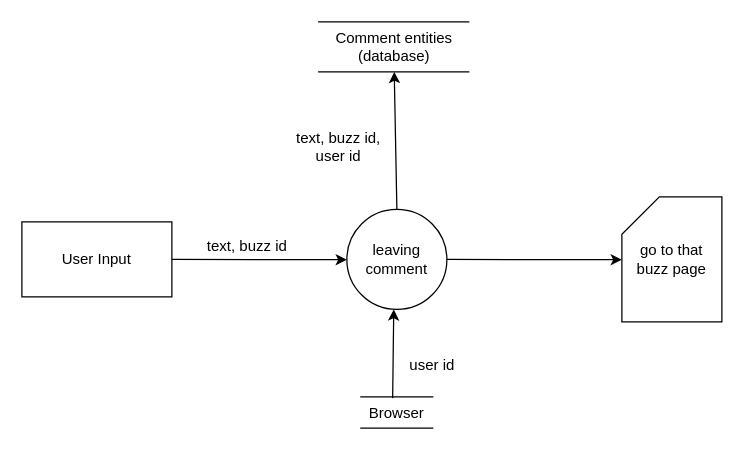
The draw.io diagram DFD/Comment.drawio in DonaldLamNL/buzzer, before the edit. Source tidied: cells renumbered, new cells numbered last; positions are measured from the earlier drawing's top-left corner, leaving out a move shared by most shapes. Both pictures are drawn from the tidied source at 125%, with x=0, y=0 at pixel (21, 21).
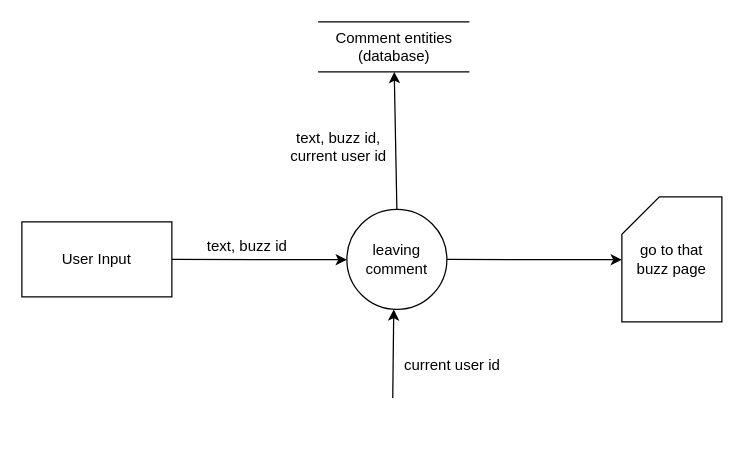
The same page after the edit.

Change to the diagram source:
```diff
@@
 <mxGraphModel>
   <root>
     <mxCell id="0" />
     <mxCell id="1" parent="0" />
     <mxCell id="2" style="edgeStyle=none;html=1;exitX=1;exitY=0.5;exitDx=0;exitDy=0;" parent="1" edge="1" source="3">
       <mxGeometry relative="1" as="geometry">
         <mxPoint x="260" y="190.3" as="targetPoint" />
       </mxGeometry>
     </mxCell>
     <mxCell id="3" value="User Input" style="rounded=0;whiteSpace=wrap;html=1;" parent="1" vertex="1">
       <mxGeometry y="160" width="120" height="60" as="geometry" />
     </mxCell>
     <mxCell id="4" value="text, buzz id" style="text;html=1;align=center;verticalAlign=middle;strokeColor=none;fillColor=none;" parent="1" vertex="1">
       <mxGeometry x="135" y="165" width="90" height="30" as="geometry" />
     </mxCell>
     <mxCell id="5" style="edgeStyle=none;html=1;exitX=1;exitY=0.5;exitDx=0;exitDy=0;" parent="1" edge="1" source="7">
       <mxGeometry relative="1" as="geometry">
         <mxPoint x="480" y="190.3" as="targetPoint" />
       </mxGeometry>
     </mxCell>
     <mxCell id="6" style="edgeStyle=none;html=1;exitX=0.5;exitY=0;exitDx=0;exitDy=0;" parent="1" edge="1" source="7" target="11">
       <mxGeometry relative="1" as="geometry" />
     </mxCell>
     <mxCell id="7" value="leaving&lt;br&gt;comment" style="ellipse;whiteSpace=wrap;html=1;" parent="1" vertex="1">
       <mxGeometry x="260" y="150" width="80" height="80" as="geometry" />
     </mxCell>
-    <mxCell id="8" value="Browser" style="shape=partialRectangle;whiteSpace=wrap;html=1;left=0;right=0;fillColor=none;rounded=0;strokeColor=default;fontFamily=Helvetica;fontSize=12;fontColor=default;" parent="1" vertex="1">
-      <mxGeometry x="271.2" y="300" width="57.5" height="25" as="geometry" />
-    </mxCell>
-    <mxCell id="9" style="edgeStyle=none;html=1;entryX=0.5;entryY=1;entryDx=0;entryDy=0;exitX=0.442;exitY=0.04;exitDx=0;exitDy=0;exitPerimeter=0;" parent="1" edge="1" source="8">
+    <mxCell id="9" style="edgeStyle=none;html=1;entryX=0.5;entryY=1;entryDx=0;entryDy=0;exitX=0.442;exitY=0.04;exitDx=0;exitDy=0;exitPerimeter=0;" parent="1" edge="1">
       <mxGeometry relative="1" as="geometry">
+        <mxPoint x="296.7" y="301" as="sourcePoint" />
         <mxPoint x="297.5" y="230" as="targetPoint" />
       </mxGeometry>
     </mxCell>
-    <mxCell id="10" value="user id" style="text;html=1;align=center;verticalAlign=middle;strokeColor=none;fillColor=none;" parent="1" vertex="1">
-      <mxGeometry x="297.5" y="260" width="60" height="30" as="geometry" />
+    <mxCell id="10" value="current user id" style="text;html=1;align=center;verticalAlign=middle;strokeColor=none;fillColor=none;" parent="1" vertex="1">
+      <mxGeometry x="294" y="260" width="100" height="30" as="geometry" />
     </mxCell>
     <mxCell id="11" value="Comment entities&lt;br&gt;(database)" style="shape=partialRectangle;whiteSpace=wrap;html=1;left=0;right=0;fillColor=none;rounded=0;strokeColor=default;fontFamily=Helvetica;fontSize=12;fontColor=default;" parent="1" vertex="1">
       <mxGeometry x="237.5" width="120" height="40" as="geometry" />
     </mxCell>
-    <mxCell id="12" value="text, buzz id,&lt;br&gt;user id" style="text;html=1;align=center;verticalAlign=middle;strokeColor=none;fillColor=none;" parent="1" vertex="1">
-      <mxGeometry x="207.5" y="80" width="90" height="40" as="geometry" />
+    <mxCell id="12" value="text, buzz id,&lt;br&gt;current user id" style="text;html=1;align=center;verticalAlign=middle;strokeColor=none;fillColor=none;" parent="1" vertex="1">
+      <mxGeometry x="202.5" y="80" width="100" height="40" as="geometry" />
     </mxCell>
     <mxCell id="13" value="&lt;span style=&quot;&quot;&gt;go to that&lt;br&gt;buzz&amp;nbsp;&lt;/span&gt;&lt;span style=&quot;&quot;&gt;page&lt;/span&gt;" style="shape=card;whiteSpace=wrap;html=1;" parent="1" vertex="1">
       <mxGeometry x="480" y="140" width="80" height="100" as="geometry" />
     </mxCell>
   </root>
 </mxGraphModel>
```
